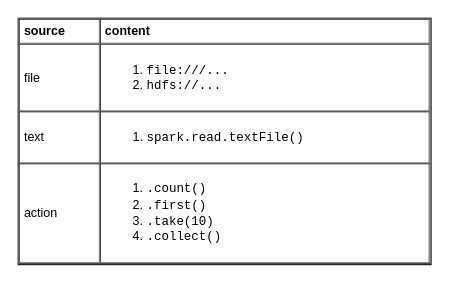
This is page "source" (2 of 4) of languages/scala/spark.drawio from yangdj/tf_docs, a draw.io file, before an edit. Source tidied: cells renumbered, new cells numbered last; positions are measured from the earlier drawing's top-left corner, leaving out a move shared by most shapes. Both pictures are drawn from the tidied source at 104%, with x=0, y=0 at pixel (18, 18).
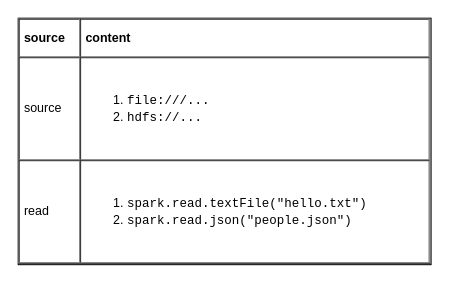
The same page after the edit.

The edit, as a diff of the source:
```diff
@@
 <mxGraphModel>
   <root>
     <mxCell id="0" />
     <mxCell id="1" parent="0" />
-    <mxCell id="2" value="&lt;table cellpadding=&quot;4&quot; cellspacing=&quot;0&quot; border=&quot;1&quot; style=&quot;font-size: 1em ; width: 100% ; height: 100%&quot;&gt;&lt;tbody&gt;&lt;tr&gt;&lt;th&gt;source&lt;br&gt;&lt;/th&gt;&lt;th&gt;content&lt;/th&gt;&lt;/tr&gt;&lt;tr&gt;&lt;td&gt;file&lt;/td&gt;&lt;td&gt;&lt;ol&gt;&lt;li&gt;&lt;font face=&quot;Courier New&quot;&gt;file:///...&lt;/font&gt;&lt;/li&gt;&lt;li&gt;&lt;font face=&quot;Courier New&quot;&gt;hdfs://...&lt;/font&gt;&lt;/li&gt;&lt;/ol&gt;&lt;/td&gt;&lt;/tr&gt;&lt;tr&gt;&lt;td&gt;text&lt;/td&gt;&lt;td&gt;&lt;ol&gt;&lt;li&gt;&lt;font face=&quot;Courier New&quot;&gt;spark.read.textFile()&lt;/font&gt;&lt;/li&gt;&lt;/ol&gt;&lt;/td&gt;&lt;/tr&gt;&lt;tr&gt;&lt;td&gt;action&lt;/td&gt;&lt;td&gt;&lt;ol&gt;&lt;li&gt;&lt;font face=&quot;Courier New&quot;&gt;.count()&lt;/font&gt;&lt;/li&gt;&lt;li&gt;&lt;font face=&quot;Courier New&quot;&gt;.first()&lt;/font&gt;&lt;/li&gt;&lt;li&gt;&lt;font face=&quot;Courier New&quot;&gt;.take(10)&lt;/font&gt;&lt;/li&gt;&lt;li&gt;&lt;font face=&quot;Courier New&quot;&gt;.collect()&lt;/font&gt;&lt;/li&gt;&lt;/ol&gt;&lt;/td&gt;&lt;/tr&gt;&lt;/tbody&gt;&lt;/table&gt; " style="verticalAlign=top;align=left;overflow=fill;fontSize=12;fontFamily=Helvetica;html=1;fillColor=none;" parent="1" vertex="1">
+    <mxCell id="2" value="&lt;table cellpadding=&quot;4&quot; cellspacing=&quot;0&quot; border=&quot;1&quot; style=&quot;font-size: 1em ; width: 100% ; height: 100%&quot;&gt;&lt;tbody&gt;&lt;tr&gt;&lt;th&gt;source&lt;br&gt;&lt;/th&gt;&lt;th&gt;content&lt;/th&gt;&lt;/tr&gt;&lt;tr&gt;&lt;td&gt;source&lt;/td&gt;&lt;td&gt;&lt;ol&gt;&lt;li&gt;&lt;font face=&quot;Courier New&quot;&gt;file:///...&lt;/font&gt;&lt;/li&gt;&lt;li&gt;&lt;font face=&quot;Courier New&quot;&gt;hdfs://...&lt;/font&gt;&lt;/li&gt;&lt;/ol&gt;&lt;/td&gt;&lt;/tr&gt;&lt;tr&gt;&lt;td&gt;read&lt;/td&gt;&lt;td&gt;&lt;ol&gt;&lt;li&gt;&lt;font face=&quot;Courier New&quot;&gt;spark.read.textFile(&quot;hello.txt&quot;)&lt;/font&gt;&lt;/li&gt;&lt;li&gt;&lt;font face=&quot;Courier New&quot;&gt;spark.read.json(&quot;people.json&quot;)&lt;/font&gt;&lt;/li&gt;&lt;/ol&gt;&lt;/td&gt;&lt;/tr&gt;&lt;/tbody&gt;&lt;/table&gt; " style="verticalAlign=top;align=left;overflow=fill;fontSize=12;fontFamily=Helvetica;html=1;fillColor=none;" parent="1" vertex="1">
       <mxGeometry width="397" height="237" as="geometry" />
     </mxCell>
   </root>
 </mxGraphModel>
```
